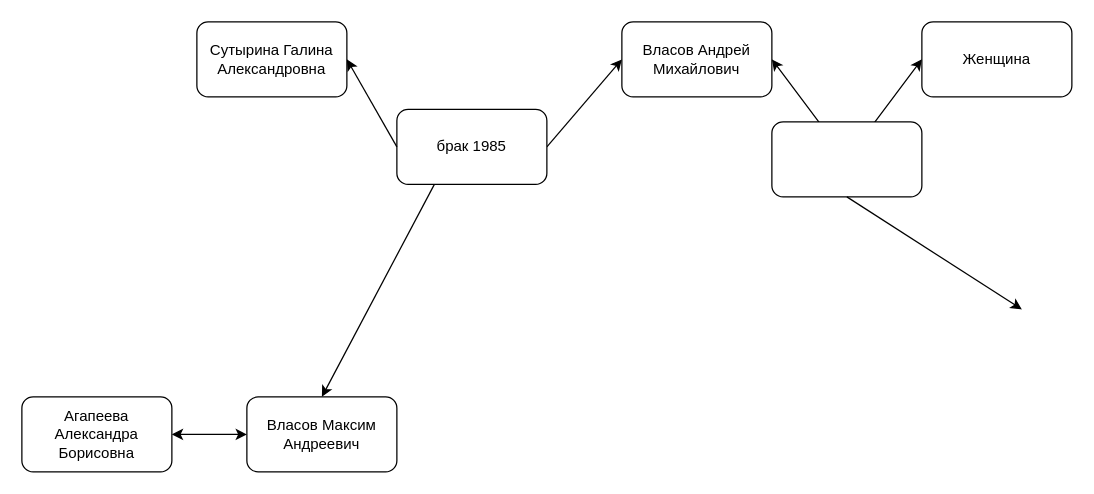
This is Family Tree.drawio from mestet/family-tree, a draw.io file, before an edit. Source tidied: cells renumbered, new cells numbered last; positions are measured from the earlier drawing's top-left corner, leaving out a move shared by most shapes. Both pictures are drawn from the tidied source at 125%, with x=0, y=0 at pixel (21, 21).
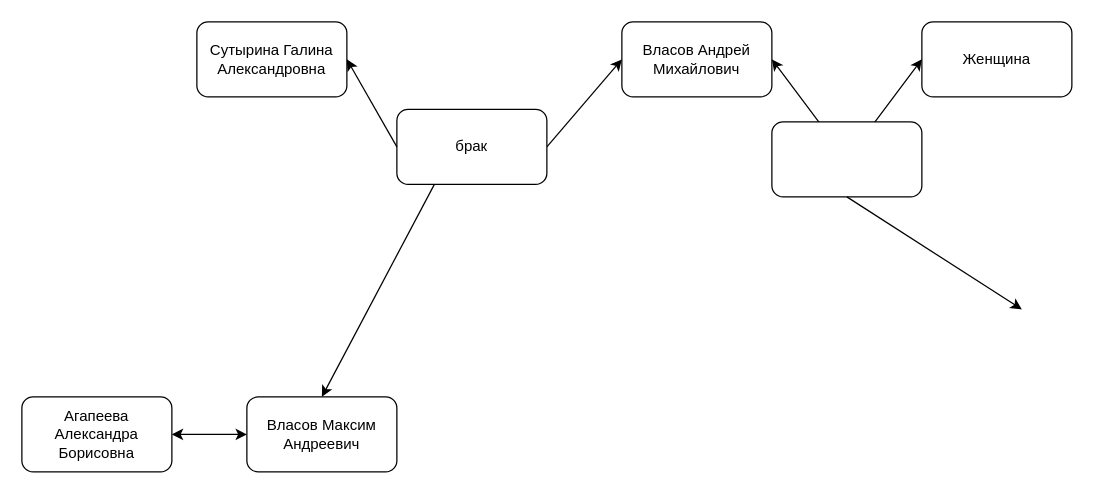
The same diagram, later.

What changed in the source:
```diff
@@
 <mxGraphModel>
   <root>
     <mxCell id="0" />
     <mxCell id="1" parent="0" />
     <mxCell id="2" value="Власов Максим Андреевич" style="rounded=1;whiteSpace=wrap;html=1;" parent="1" vertex="1">
       <mxGeometry x="180" y="300" width="120" height="60" as="geometry" />
     </mxCell>
     <mxCell id="3" value="Агапеева Александра Борисовна" style="rounded=1;whiteSpace=wrap;html=1;" parent="1" vertex="1">
       <mxGeometry y="300" width="120" height="60" as="geometry" />
     </mxCell>
     <mxCell id="4" style="endArrow=classic;startArrow=classic;html=1;exitX=1;exitY=0.5;exitDx=0;exitDy=0;" parent="1" edge="1" source="3" target="2">
       <mxGeometry relative="1" as="geometry" />
     </mxCell>
     <mxCell id="5" value="Сутырина Галина Александровна" style="rounded=1;whiteSpace=wrap;html=1;" parent="1" vertex="1">
       <mxGeometry x="140" width="120" height="60" as="geometry" />
     </mxCell>
     <mxCell id="6" value="Власов Андрей Михайлович" style="rounded=1;whiteSpace=wrap;html=1;" parent="1" vertex="1">
       <mxGeometry x="480" width="120" height="60" as="geometry" />
     </mxCell>
     <mxCell id="7" style="endArrow=classic;html=1;entryX=0.5;entryY=0;entryDx=0;entryDy=0;exitX=0.25;exitY=1;exitDx=0;exitDy=0;" parent="1" edge="1" source="13" target="2">
       <mxGeometry relative="1" as="geometry" />
     </mxCell>
     <mxCell id="8" style="endArrow=classic;startArrow=none;html=1;entryX=0;entryY=0.5;entryDx=0;entryDy=0;exitX=1;exitY=0.5;exitDx=0;exitDy=0;" parent="1" edge="1" source="13" target="6">
       <mxGeometry relative="1" as="geometry" />
     </mxCell>
     <mxCell id="9" value="Женщина" style="rounded=1;whiteSpace=wrap;html=1;" parent="1" vertex="1">
       <mxGeometry x="720" width="120" height="60" as="geometry" />
     </mxCell>
     <mxCell id="10" style="endArrow=classic;startArrow=classic;html=1;entryX=0;entryY=0.5;entryDx=0;entryDy=0;exitX=1;exitY=0.5;exitDx=0;exitDy=0;" parent="1" edge="1" source="6" target="9">
       <mxGeometry relative="1" as="geometry">
         <Array as="points">
           <mxPoint x="660" y="110" />
         </Array>
       </mxGeometry>
     </mxCell>
     <mxCell id="11" style="rounded=1;whiteSpace=wrap;html=1;" parent="1" vertex="1">
       <mxGeometry x="600" y="80" width="120" height="60" as="geometry" />
     </mxCell>
     <mxCell id="12" style="endArrow=classic;html=1;exitX=0.5;exitY=1;exitDx=0;exitDy=0;" parent="1" edge="1" source="11">
       <mxGeometry relative="1" as="geometry">
         <mxPoint x="800" y="230" as="targetPoint" />
       </mxGeometry>
     </mxCell>
-    <mxCell id="13" value="брак 1985" style="rounded=1;whiteSpace=wrap;html=1;" parent="1" vertex="1">
+    <mxCell id="13" value="брак" style="rounded=1;whiteSpace=wrap;html=1;" parent="1" vertex="1">
       <mxGeometry x="300" y="70" width="120" height="60" as="geometry" />
     </mxCell>
     <mxCell id="14" style="endArrow=none;startArrow=classic;html=1;entryX=0;entryY=0.5;entryDx=0;entryDy=0;exitX=1;exitY=0.5;exitDx=0;exitDy=0;" parent="1" edge="1" source="5" target="13">
       <mxGeometry relative="1" as="geometry" />
     </mxCell>
   </root>
 </mxGraphModel>
```
